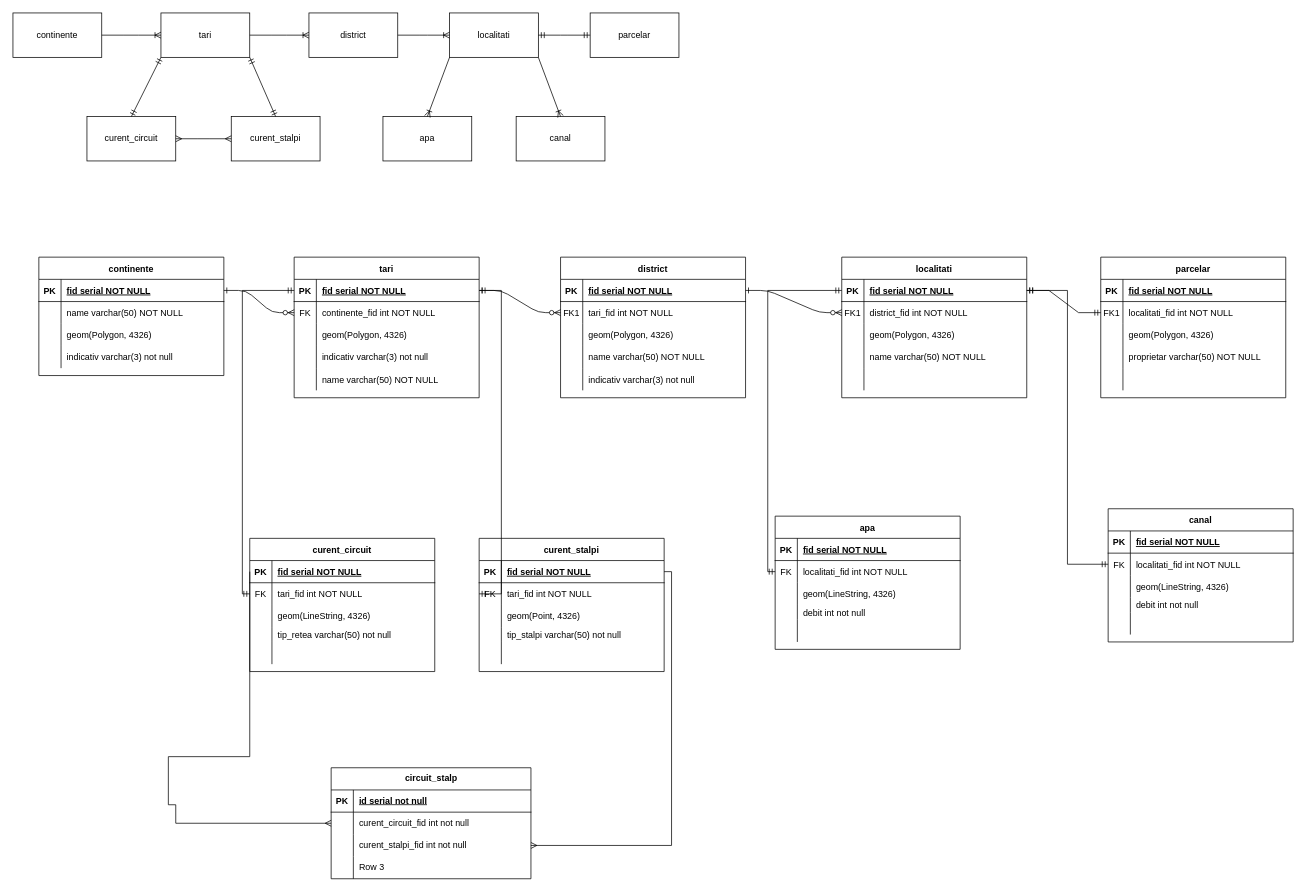
This is spatial_db.drawio from vitorjurj/Databases, a draw.io file, before an edit. Source tidied: cells renumbered, new cells numbered last; positions are measured from the earlier drawing's top-left corner, leaving out a move shared by most shapes. Both pictures are drawn from the tidied source at 74%, with x=0, y=0 at pixel (13, 13).
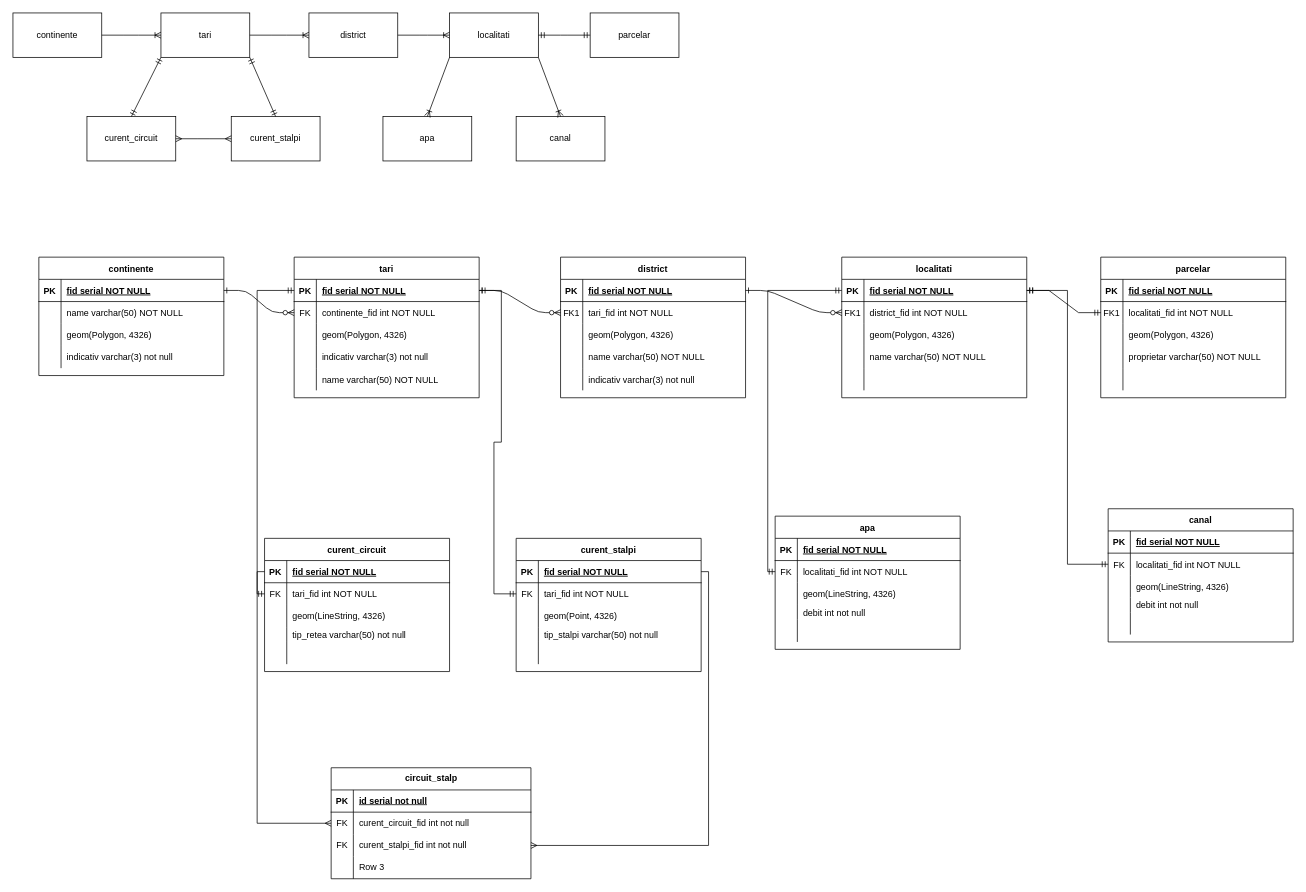
The same page after the edit.

The change refers to these unchanged cells:
```xml
<mxCell id="99" style="shape=partialRectangle;fillColor=none;points=[[0,0.5],[1,0.5]];portConstraint=eastwest;top=0;left=0;right=0;bottom=1;" parent="98" vertex="1">
  <mxGeometry y="30" width="250" height="30" as="geometry" />
</mxCell>
<mxCell id="172" style="shape=tableRow;horizontal=0;startSize=0;swimlaneHead=0;swimlaneBody=0;fillColor=none;points=[[0,0.5],[1,0.5]];portConstraint=eastwest;top=0;left=0;right=0;bottom=0;" parent="168" vertex="1">
  <mxGeometry y="60" width="270" height="30" as="geometry" />
</mxCell>
<mxCell id="175" style="shape=tableRow;horizontal=0;startSize=0;swimlaneHead=0;swimlaneBody=0;fillColor=none;points=[[0,0.5],[1,0.5]];portConstraint=eastwest;top=0;left=0;right=0;bottom=0;" parent="168" vertex="1">
  <mxGeometry y="90" width="270" height="30" as="geometry" />
</mxCell>
```

Change to the diagram source:
```diff
@@
     <mxCell id="98" value="curent_circuit" style="shape=table;startSize=30;childLayout=tableLayout;rowLines=0;fontStyle=1;align=center;" parent="1" vertex="1">
-      <mxGeometry x="320" y="710" width="250" height="180" as="geometry" />
+      <mxGeometry x="340" y="710" width="250" height="180" as="geometry" />
     </mxCell>
@@
     <mxCell id="114" value="curent_stalpi" style="shape=table;startSize=30;childLayout=tableLayout;rowLines=0;fontStyle=1;align=center;" parent="1" vertex="1">
-      <mxGeometry x="630" y="710" width="250" height="180" as="geometry" />
+      <mxGeometry x="680" y="710" width="250" height="180" as="geometry" />
     </mxCell>
@@
-    <mxCell id="173" style="shape=partialRectangle;fillColor=none;top=0;left=0;bottom=0;right=0;overflow=hidden;whiteSpace=wrap;html=1;" parent="172" vertex="1">
+    <mxCell id="173" value="FK" style="shape=partialRectangle;fillColor=none;top=0;left=0;bottom=0;right=0;overflow=hidden;whiteSpace=wrap;html=1;" parent="172" vertex="1">
       <mxGeometry width="30" height="30" as="geometry" />
     </mxCell>
@@
-    <mxCell id="176" style="shape=partialRectangle;fillColor=none;top=0;left=0;bottom=0;right=0;overflow=hidden;whiteSpace=wrap;html=1;" parent="175" vertex="1">
+    <mxCell id="176" value="FK" style="shape=partialRectangle;fillColor=none;top=0;left=0;bottom=0;right=0;overflow=hidden;whiteSpace=wrap;html=1;" parent="175" vertex="1">
       <mxGeometry width="30" height="30" as="geometry" />
     </mxCell>
@@
     <mxCell id="181" style="edgeStyle=orthogonalEdgeStyle;fontSize=12;html=1;endArrow=ERmany;rounded=0;entryX=0;entryY=0.5;entryDx=0;entryDy=0;exitX=0;exitY=0.5;exitDx=0;exitDy=0;" parent="1" edge="1" source="99" target="172">
-      <mxGeometry relative="1" as="geometry">
-        <Array as="points">
-          <mxPoint x="320" y="1005" />
-          <mxPoint x="210" y="1005" />
-          <mxPoint x="210" y="1070" />
-          <mxPoint x="220" y="1070" />
-          <mxPoint x="220" y="1095" />
-        </Array>
-      </mxGeometry>
+      <mxGeometry relative="1" as="geometry" />
     </mxCell>
```
